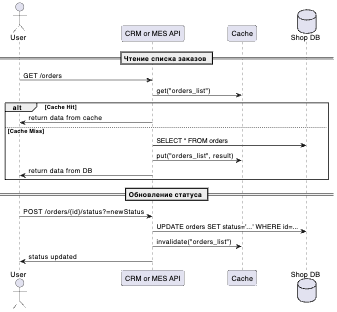
nikolaidstepanov/architecture-sprint-4 keeps this PlantUML diagram as Exc5/cache_sequence-diagram.png. Above is the earlier version. Its source is kept beside it as Exc5/cache_sequence-diagram.puml.
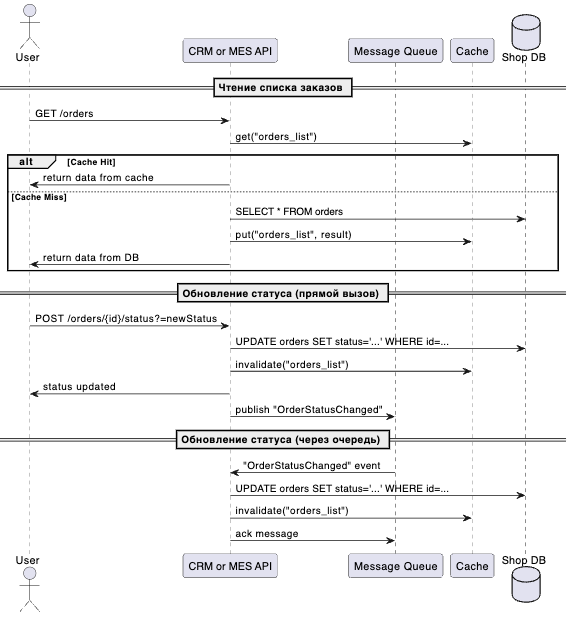
Above is the later version.

What changed in the source:
```diff
@@ -2,6 +2,7 @@
 
 actor User as Operator
 participant "CRM or MES API" as API
+participant "Message Queue" as MQ
 participant Cache
 database "Shop DB" as DB
 
@@ -16,10 +17,17 @@
   API -> Operator : return data from DB
 end
 
-== Обновление статуса ==
+== Обновление статуса (прямой вызов) ==
 Operator -> API : POST /orders/{id}/status?=newStatus
 API -> DB : UPDATE orders SET status='...' WHERE id=...
 API -> Cache : invalidate("orders_list")
 API -> Operator : status updated
+API -> MQ : publish "OrderStatusChanged"
+
+== Обновление статуса (через очередь) ==
+MQ -> API : "OrderStatusChanged" event
+API -> DB : UPDATE orders SET status='...' WHERE id=...
+API -> Cache : invalidate("orders_list")
+API -> MQ : ack message
 
 @enduml
```
